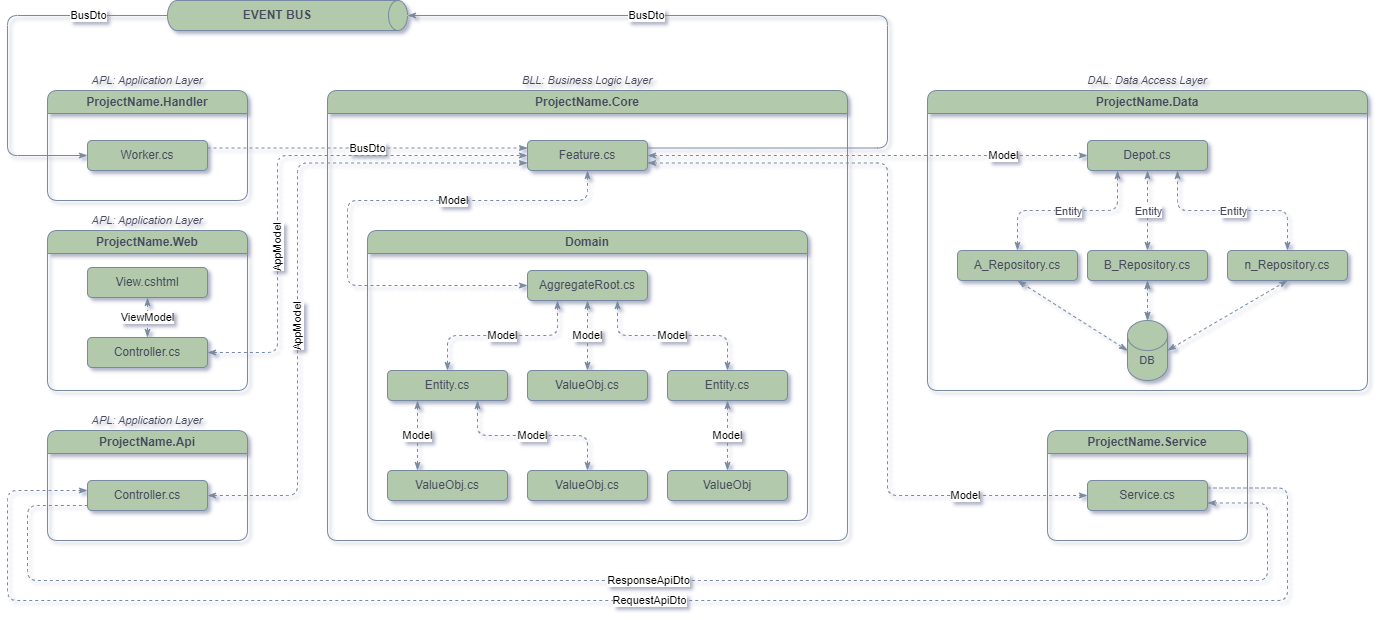
iDoctor1977/MicroServicesTemplate keeps this draw.io diagram as docs/SolutionArchitecture_style.png. Above is the earlier version. Source tidied: cells renumbered, new cells last; positions are measured from the earlier drawing's top-left corner, leaving out a move shared by most shapes.
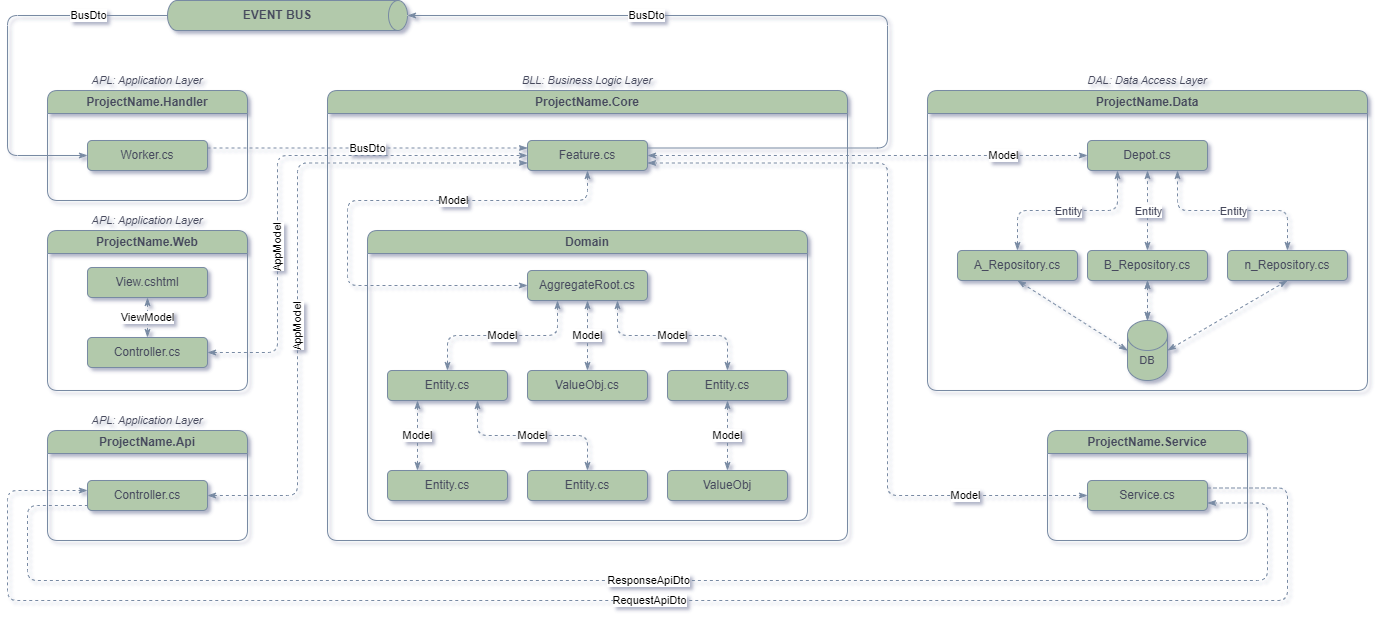
After the change.

Diff of the diagram source:
```diff
@@ -82,10 +82,10 @@
     <mxCell id="22" value="Model" style="endArrow=classicThin;html=1;rounded=1;dashed=1;labelBackgroundColor=default;strokeColor=#788AA3;align=center;verticalAlign=middle;fontFamily=Helvetica;fontSize=11;fontColor=default;shape=connector;entryX=0.5;entryY=1;entryDx=0;entryDy=0;exitX=0.5;exitY=0;exitDx=0;exitDy=0;startArrow=classicThin;startFill=1;endFill=1;" parent="12" edge="1" source="16" target="15">
       <mxGeometry relative="1" as="geometry" />
     </mxCell>
-    <mxCell id="23" value="ValueObj.cs" style="rounded=1;whiteSpace=wrap;html=1;labelBackgroundColor=none;fillColor=#B2C9AB;strokeColor=#788AA3;fontColor=#46495D;fontFamily=Helvetica;" parent="12" vertex="1">
+    <mxCell id="23" value="Entity.cs" style="rounded=1;whiteSpace=wrap;html=1;labelBackgroundColor=none;fillColor=#B2C9AB;strokeColor=#788AA3;fontColor=#46495D;fontFamily=Helvetica;" parent="12" vertex="1">
       <mxGeometry x="20" y="240" width="120" height="30" as="geometry" />
     </mxCell>
-    <mxCell id="24" value="ValueObj.cs" style="rounded=1;whiteSpace=wrap;html=1;labelBackgroundColor=none;fillColor=#B2C9AB;strokeColor=#788AA3;fontColor=#46495D;fontFamily=Helvetica;" parent="12" vertex="1">
+    <mxCell id="24" value="Entity.cs" style="rounded=1;whiteSpace=wrap;html=1;labelBackgroundColor=none;fillColor=#B2C9AB;strokeColor=#788AA3;fontColor=#46495D;fontFamily=Helvetica;" parent="12" vertex="1">
       <mxGeometry x="160" y="240" width="120" height="30" as="geometry" />
     </mxCell>
     <mxCell id="25" value="ValueObj" style="rounded=1;whiteSpace=wrap;html=1;labelBackgroundColor=none;fillColor=#B2C9AB;strokeColor=#788AA3;fontColor=#46495D;fontFamily=Helvetica;" parent="12" vertex="1">
```
